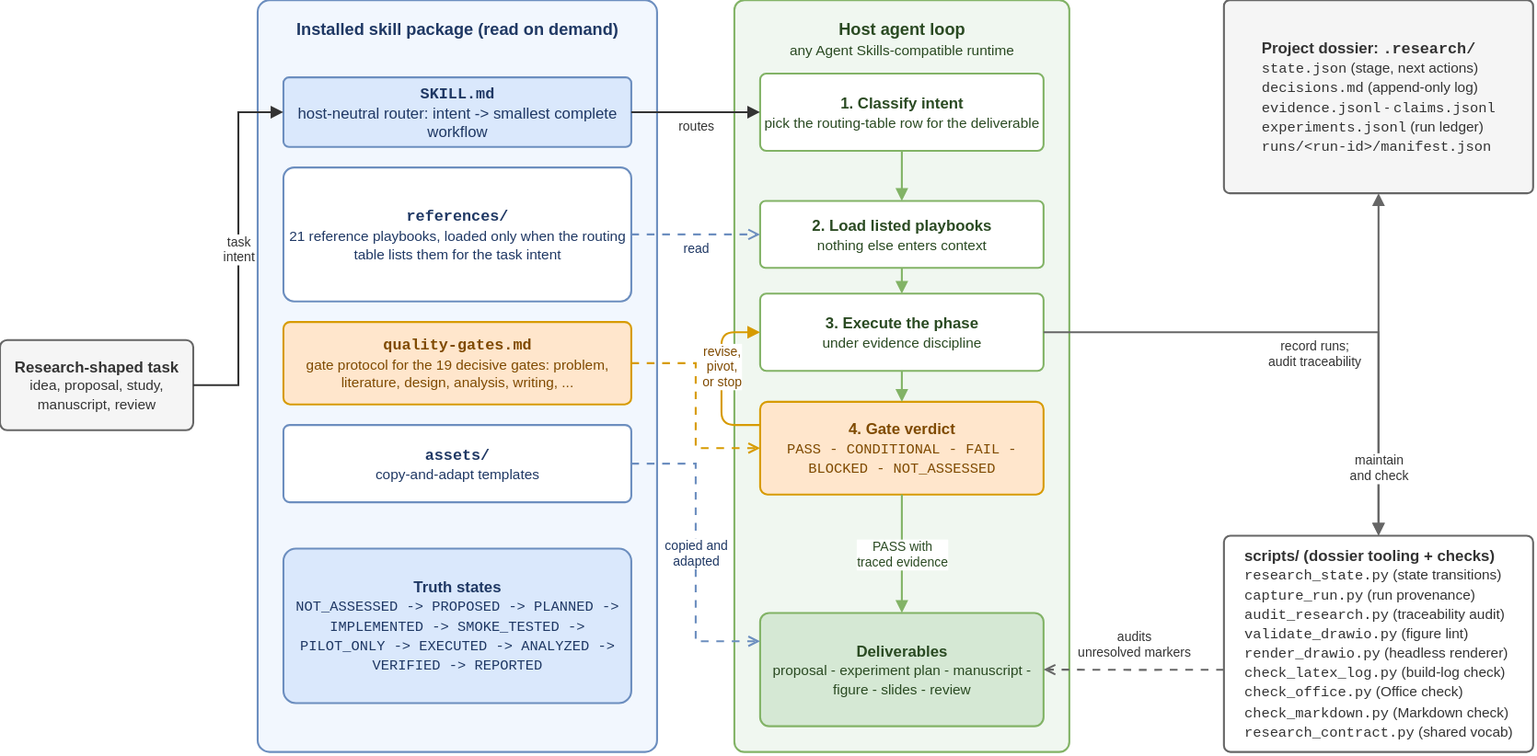
The draw.io diagram figures/fig-001-skill-architecture.svg in honghuy127/cs-ai-research-skills, before a commit. Source tidied: cells renumbered, new cells last; positions are measured from the earlier drawing's top-left corner, leaving out a move shared by most shapes.
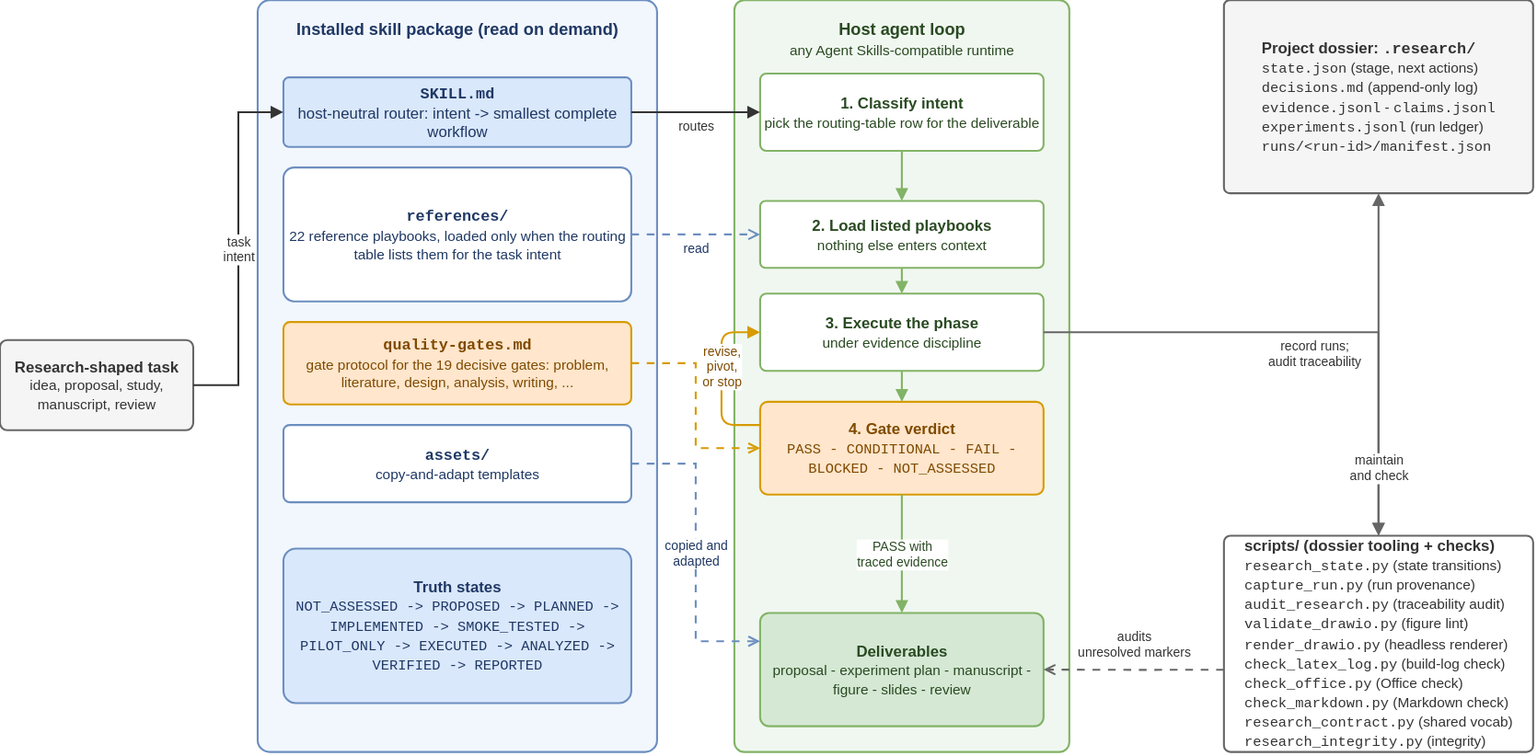
Later version of the same file.

Diff of the diagram source:
```diff
@@ -8,7 +8,7 @@
     <mxCell id="3" value="&lt;b&gt;&lt;font face=&quot;Courier New&quot;&gt;SKILL.md&lt;/font&gt;&lt;/b&gt;&lt;br&gt;host-neutral router: intent -&gt; smallest complete workflow" style="rounded=1;whiteSpace=wrap;html=1;fillColor=#DAE8FC;strokeColor=#6C8EBF;fontSize=12;fontColor=#1F3864;arcSize=8;strokeWidth=1.5;align=center;verticalAlign=middle;" parent="1" vertex="1">
       <mxGeometry x="220" y="60" width="270" height="54" as="geometry" />
     </mxCell>
-    <mxCell id="4" value="&lt;b&gt;&lt;font face=&quot;Courier New&quot;&gt;references/&lt;/font&gt;&lt;/b&gt;&lt;br&gt;&lt;font style=&quot;font-size:11px&quot;&gt;21 reference playbooks, loaded only when the routing table lists them for the task intent&lt;/font&gt;" style="rounded=1;whiteSpace=wrap;html=1;fillColor=#FFFFFF;strokeColor=#6C8EBF;fontSize=12;fontColor=#1F3864;arcSize=8;strokeWidth=1.5;align=center;verticalAlign=middle;" parent="1" vertex="1">
+    <mxCell id="4" value="&lt;b&gt;&lt;font face=&quot;Courier New&quot;&gt;references/&lt;/font&gt;&lt;/b&gt;&lt;br&gt;&lt;font style=&quot;font-size:11px&quot;&gt;22 reference playbooks, loaded only when the routing table lists them for the task intent&lt;/font&gt;" style="rounded=1;whiteSpace=wrap;html=1;fillColor=#FFFFFF;strokeColor=#6C8EBF;fontSize=12;fontColor=#1F3864;arcSize=8;strokeWidth=1.5;align=center;verticalAlign=middle;" parent="1" vertex="1">
       <mxGeometry x="220" y="130" width="270" height="104" as="geometry" />
     </mxCell>
     <mxCell id="5" value="&lt;b&gt;&lt;font face=&quot;Courier New&quot;&gt;quality-gates.md&lt;/font&gt;&lt;/b&gt;&lt;br&gt;&lt;font style=&quot;font-size:11px&quot;&gt;gate protocol for the 19 decisive gates: problem, literature, design, analysis, writing, ...&lt;/font&gt;" style="rounded=1;whiteSpace=wrap;html=1;fillColor=#FFE6CC;strokeColor=#D79B00;fontSize=12;fontColor=#7F4A00;arcSize=8;strokeWidth=1.5;align=center;verticalAlign=middle;" parent="1" vertex="1">
@@ -44,7 +44,7 @@
     <mxCell id="15" value="&lt;div align=&quot;left&quot;&gt;&lt;b&gt;Project dossier: &lt;font face=&quot;Courier New&quot;&gt;.research/&lt;/font&gt;&lt;/b&gt;&lt;br&gt;&lt;font style=&quot;font-size:11px&quot;&gt;&lt;font face=&quot;Courier New&quot;&gt;state.json&lt;/font&gt; (stage, next actions)&lt;/font&gt;&lt;br&gt;&lt;font style=&quot;font-size:11px&quot;&gt;&lt;font face=&quot;Courier New&quot;&gt;decisions.md&lt;/font&gt; (append-only log)&lt;/font&gt;&lt;br&gt;&lt;font style=&quot;font-size:11px&quot;&gt;&lt;font face=&quot;Courier New&quot;&gt;evidence.jsonl&lt;/font&gt; - &lt;font face=&quot;Courier New&quot;&gt;claims.jsonl&lt;/font&gt;&lt;/font&gt;&lt;br&gt;&lt;font style=&quot;font-size:11px&quot;&gt;&lt;font face=&quot;Courier New&quot;&gt;experiments.jsonl&lt;/font&gt; (run ledger)&lt;/font&gt;&lt;br&gt;&lt;font style=&quot;font-size:11px&quot;&gt;&lt;font face=&quot;Courier New&quot;&gt;runs/&amp;lt;run-id&amp;gt;/manifest.json&lt;/font&gt;&lt;/font&gt;&lt;/div&gt;" style="rounded=1;whiteSpace=wrap;html=1;fillColor=#F5F5F5;strokeColor=#666666;fontSize=12;fontColor=#333333;arcSize=3;strokeWidth=1.5;align=center;verticalAlign=middle;spacing=6;" parent="1" vertex="1">
       <mxGeometry x="950" width="240" height="150" as="geometry" />
     </mxCell>
-    <mxCell id="16" value="&lt;div align=&quot;left&quot;&gt;&lt;b&gt;scripts/ (dossier tooling + checks)&lt;/b&gt;&lt;br&gt;&lt;font style=&quot;font-size:11px&quot;&gt;&lt;font face=&quot;Courier New&quot;&gt;research_state.py&lt;/font&gt; (state transitions)&lt;/font&gt;&lt;br&gt;&lt;font style=&quot;font-size:11px&quot;&gt;&lt;font face=&quot;Courier New&quot;&gt;capture_run.py&lt;/font&gt; (run provenance)&lt;/font&gt;&lt;br&gt;&lt;font style=&quot;font-size:11px&quot;&gt;&lt;font face=&quot;Courier New&quot;&gt;audit_research.py&lt;/font&gt; (traceability audit)&lt;/font&gt;&lt;br&gt;&lt;font style=&quot;font-size:11px&quot;&gt;&lt;font face=&quot;Courier New&quot;&gt;validate_drawio.py&lt;/font&gt; (figure lint)&lt;/font&gt;&lt;br&gt;&lt;font style=&quot;font-size:11px&quot;&gt;&lt;font face=&quot;Courier New&quot;&gt;render_drawio.py&lt;/font&gt; (headless renderer)&lt;/font&gt;&lt;br&gt;&lt;font style=&quot;font-size:11px&quot;&gt;&lt;font face=&quot;Courier New&quot;&gt;check_latex_log.py&lt;/font&gt; (build-log check)&lt;/font&gt;&lt;br&gt;&lt;font style=&quot;font-size:11px&quot;&gt;&lt;font face=&quot;Courier New&quot;&gt;check_office.py&lt;/font&gt; (Office check)&lt;/font&gt;&lt;br&gt;&lt;font style=&quot;font-size:11px&quot;&gt;&lt;font face=&quot;Courier New&quot;&gt;check_markdown.py&lt;/font&gt; (Markdown check)&lt;/font&gt;&lt;br&gt;&lt;font style=&quot;font-size:11px&quot;&gt;&lt;font face=&quot;Courier New&quot;&gt;research_contract.py&lt;/font&gt; (shared vocab)&lt;/font&gt;&lt;/div&gt;" style="rounded=1;whiteSpace=wrap;html=1;fillColor=#FFFFFF;strokeColor=#666666;fontSize=12;fontColor=#333333;arcSize=3;strokeWidth=1.5;align=center;verticalAlign=middle;spacing=6;" parent="1" vertex="1">
+    <mxCell id="16" value="&lt;div align=&quot;left&quot;&gt;&lt;b&gt;scripts/ (dossier tooling + checks)&lt;/b&gt;&lt;br&gt;&lt;font style=&quot;font-size:11px&quot;&gt;&lt;font face=&quot;Courier New&quot;&gt;research_state.py&lt;/font&gt; (state transitions)&lt;/font&gt;&lt;br&gt;&lt;font style=&quot;font-size:11px&quot;&gt;&lt;font face=&quot;Courier New&quot;&gt;capture_run.py&lt;/font&gt; (run provenance)&lt;/font&gt;&lt;br&gt;&lt;font style=&quot;font-size:11px&quot;&gt;&lt;font face=&quot;Courier New&quot;&gt;audit_research.py&lt;/font&gt; (traceability audit)&lt;/font&gt;&lt;br&gt;&lt;font style=&quot;font-size:11px&quot;&gt;&lt;font face=&quot;Courier New&quot;&gt;validate_drawio.py&lt;/font&gt; (figure lint)&lt;/font&gt;&lt;br&gt;&lt;font style=&quot;font-size:11px&quot;&gt;&lt;font face=&quot;Courier New&quot;&gt;render_drawio.py&lt;/font&gt; (headless renderer)&lt;/font&gt;&lt;br&gt;&lt;font style=&quot;font-size:11px&quot;&gt;&lt;font face=&quot;Courier New&quot;&gt;check_latex_log.py&lt;/font&gt; (build-log check)&lt;/font&gt;&lt;br&gt;&lt;font style=&quot;font-size:11px&quot;&gt;&lt;font face=&quot;Courier New&quot;&gt;check_office.py&lt;/font&gt; (Office check)&lt;/font&gt;&lt;br&gt;&lt;font style=&quot;font-size:11px&quot;&gt;&lt;font face=&quot;Courier New&quot;&gt;check_markdown.py&lt;/font&gt; (Markdown check)&lt;/font&gt;&lt;br&gt;&lt;font style=&quot;font-size:11px&quot;&gt;&lt;font face=&quot;Courier New&quot;&gt;research_contract.py&lt;/font&gt; (shared vocab)&lt;/font&gt;&lt;br&gt;&lt;font style=&quot;font-size:11px&quot;&gt;&lt;font face=&quot;Courier New&quot;&gt;research_integrity.py&lt;/font&gt; (integrity)&lt;/font&gt;&lt;/div&gt;" style="rounded=1;whiteSpace=wrap;html=1;fillColor=#FFFFFF;strokeColor=#666666;fontSize=12;fontColor=#333333;arcSize=3;strokeWidth=1.5;align=center;verticalAlign=middle;spacing=6;" parent="1" vertex="1">
       <mxGeometry x="950" y="416" width="240" height="168" as="geometry" />
     </mxCell>
     <mxCell id="17" value="task&lt;br&gt;intent" style="edgeStyle=orthogonalEdgeStyle;rounded=0;jettySize=auto;html=1;strokeWidth=1.5;strokeColor=#333333;endArrow=block;endFill=1;fontSize=10;fontColor=#333333;labelBackgroundColor=#FFFFFF;exitX=1;exitY=0.5;exitDx=0;exitDy=0;entryX=0;entryY=0.5;entryDx=0;entryDy=0;" parent="1" edge="1" source="14" target="3">
```
